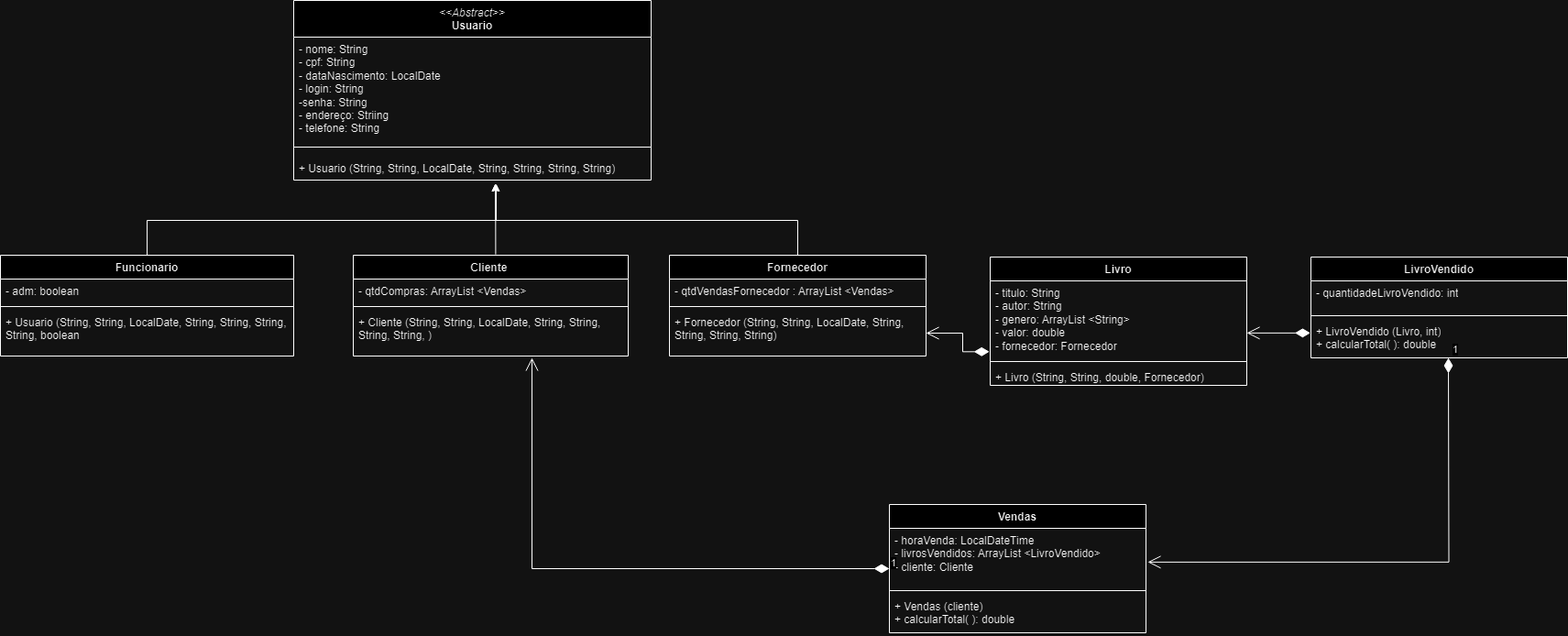
Rliveira/ReadEasy keeps this draw.io diagram as Diagramas/Diagrama de Classes.png. Above is the earlier version. Source tidied: cells renumbered, new cells last; positions are measured from the earlier drawing's top-left corner, leaving out a move shared by most shapes.
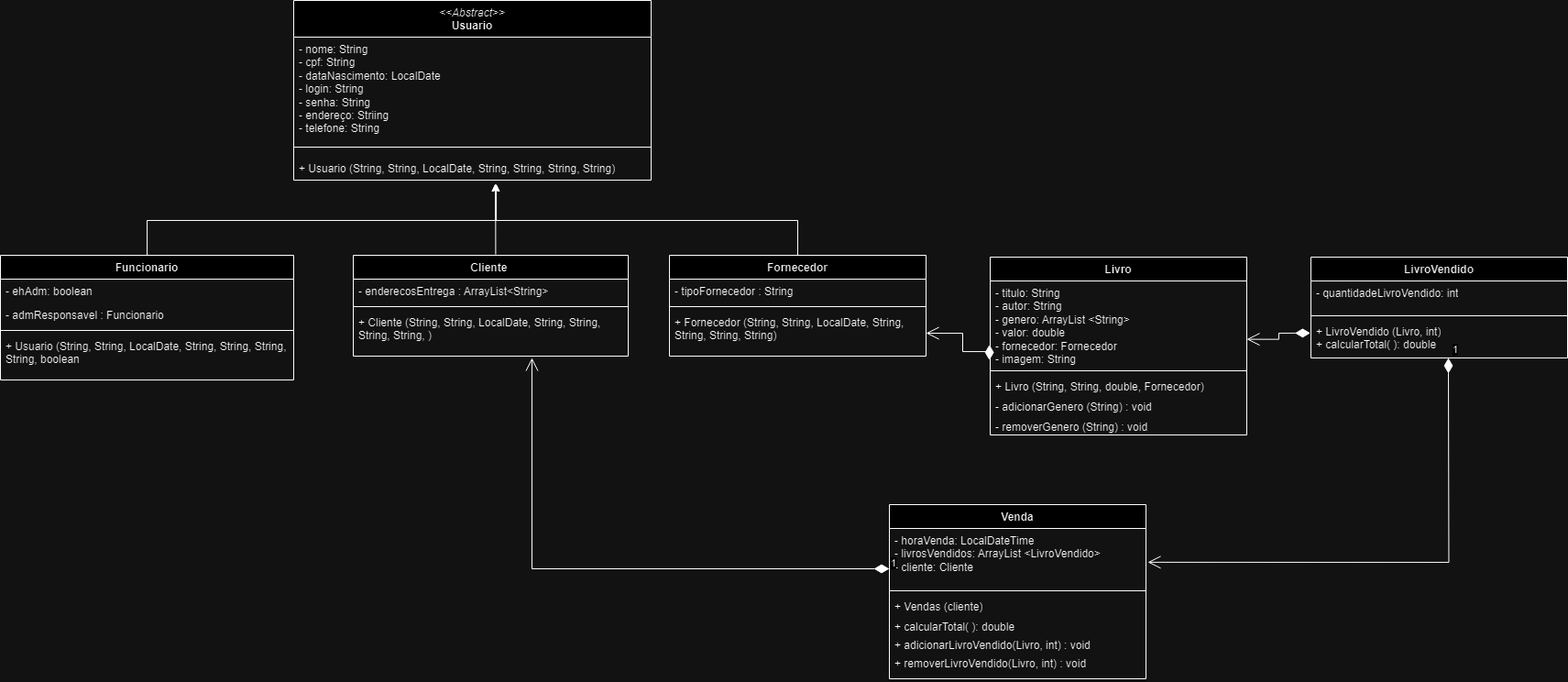
Later version of the same file.

Commit message:
Atualizando arquivo de imagem do Diagrama de Classes

Diff of the diagram source:
```diff
@@ -5,7 +5,7 @@
     <mxCell id="2" value="&lt;span style=&quot;font-weight: normal;&quot;&gt;&lt;i&gt;&amp;lt;&amp;lt;Abstract&amp;gt;&amp;gt;&lt;/i&gt;&lt;/span&gt;&lt;br&gt;Usuario" style="swimlane;fontStyle=1;align=center;verticalAlign=top;horizontal=1;startSize=40;whiteSpace=wrap;html=1;" parent="1" vertex="1">
       <mxGeometry x="320" width="390" height="196" as="geometry" />
     </mxCell>
-    <mxCell id="3" value="- nome: String&lt;br&gt;- cpf: String&amp;nbsp;&lt;br&gt;- dataNascimento: LocalDate&lt;br&gt;- login: String&lt;br&gt;-senha: String&amp;nbsp;&lt;br&gt;- endereço: Striing&amp;nbsp;&lt;br&gt;- telefone: String&amp;nbsp;" style="text;strokeColor=none;fillColor=none;align=left;verticalAlign=top;spacingLeft=4;spacingRight=4;overflow=hidden;whiteSpace=wrap;html=1;" parent="2" vertex="1">
+    <mxCell id="3" value="- nome: String&lt;br&gt;- cpf: String&amp;nbsp;&lt;br&gt;- dataNascimento: LocalDate&lt;br&gt;- login: String&lt;br&gt;- senha: String&amp;nbsp;&lt;br&gt;- endereço: Striing&amp;nbsp;&lt;br&gt;- telefone: String&amp;nbsp;" style="text;strokeColor=none;fillColor=none;align=left;verticalAlign=top;spacingLeft=4;spacingRight=4;overflow=hidden;whiteSpace=wrap;html=1;" parent="2" vertex="1">
       <mxGeometry y="40" width="390" height="110" as="geometry" />
     </mxCell>
     <mxCell id="4" style="line;strokeWidth=1;fillColor=none;align=left;verticalAlign=middle;spacingTop=-1;spacingLeft=3;spacingRight=3;labelPosition=right;strokeColor=inherit;" parent="2" vertex="1">
@@ -25,16 +25,19 @@
       </mxGeometry>
     </mxCell>
     <mxCell id="7" value="Funcionario" style="swimlane;fontStyle=1;align=center;verticalAlign=top;horizontal=1;startSize=26;whiteSpace=wrap;html=1;" parent="1" vertex="1">
-      <mxGeometry y="278" width="320" height="110" as="geometry" />
+      <mxGeometry y="278" width="320" height="136" as="geometry" />
     </mxCell>
-    <mxCell id="8" value="- adm: boolean&amp;nbsp;" style="text;strokeColor=none;fillColor=none;align=left;verticalAlign=top;spacingLeft=4;spacingRight=4;overflow=hidden;whiteSpace=wrap;html=1;" parent="7" vertex="1">
+    <mxCell id="8" value="- ehAdm: boolean&amp;nbsp;" style="text;strokeColor=none;fillColor=none;align=left;verticalAlign=top;spacingLeft=4;spacingRight=4;overflow=hidden;whiteSpace=wrap;html=1;" parent="7" vertex="1">
       <mxGeometry y="26" width="320" height="26" as="geometry" />
     </mxCell>
+    <mxCell id="37" value="- admResponsavel : Funcionario" style="text;strokeColor=none;fillColor=none;align=left;verticalAlign=top;spacingLeft=4;spacingRight=4;overflow=hidden;whiteSpace=wrap;html=1;" parent="7" vertex="1">
+      <mxGeometry y="52" width="320" height="26" as="geometry" />
+    </mxCell>
     <mxCell id="9" style="line;strokeWidth=1;fillColor=none;align=left;verticalAlign=middle;spacingTop=-1;spacingLeft=3;spacingRight=3;labelPosition=right;strokeColor=inherit;" parent="7" vertex="1">
-      <mxGeometry y="52" width="320" height="8" as="geometry" />
+      <mxGeometry y="78" width="320" height="8" as="geometry" />
     </mxCell>
     <mxCell id="10" value="+ Usuario (String, String, LocalDate, String, String, String, String, boolean" style="text;strokeColor=none;fillColor=none;align=left;verticalAlign=top;spacingLeft=4;spacingRight=4;overflow=hidden;whiteSpace=wrap;html=1;" parent="7" vertex="1">
-      <mxGeometry y="60" width="320" height="50" as="geometry" />
+      <mxGeometry y="86" width="320" height="50" as="geometry" />
     </mxCell>
     <mxCell id="11" style="edgeStyle=orthogonalEdgeStyle;rounded=0;jettySize=auto;html=1;exitX=0.518;exitY=-0.008;exitDx=0;exitDy=0;exitPerimeter=0;" parent="1" edge="1" source="12">
       <mxGeometry relative="1" as="geometry">
@@ -49,7 +52,7 @@
     <mxCell id="12" value="Cliente&amp;nbsp;" style="swimlane;fontStyle=1;align=center;verticalAlign=top;horizontal=1;startSize=26;whiteSpace=wrap;html=1;" parent="1" vertex="1">
       <mxGeometry x="385" y="278" width="300" height="110" as="geometry" />
     </mxCell>
-    <mxCell id="13" value="- qtdCompras: ArrayList &amp;lt;Vendas&amp;gt;" style="text;strokeColor=none;fillColor=none;align=left;verticalAlign=top;spacingLeft=4;spacingRight=4;overflow=hidden;whiteSpace=wrap;html=1;" parent="12" vertex="1">
+    <mxCell id="13" value="- enderecosEntrega : ArrayList&amp;lt;String&amp;gt;" style="text;strokeColor=none;fillColor=none;align=left;verticalAlign=top;spacingLeft=4;spacingRight=4;overflow=hidden;whiteSpace=wrap;html=1;" parent="12" vertex="1">
       <mxGeometry y="26" width="300" height="26" as="geometry" />
     </mxCell>
     <mxCell id="14" style="line;strokeWidth=1;fillColor=none;align=left;verticalAlign=middle;spacingTop=-1;spacingLeft=3;spacingRight=3;labelPosition=right;strokeColor=inherit;" parent="12" vertex="1">
@@ -61,7 +64,7 @@
     <mxCell id="16" value="Fornecedor" style="swimlane;fontStyle=1;align=center;verticalAlign=top;horizontal=1;startSize=26;whiteSpace=wrap;html=1;" parent="1" vertex="1">
       <mxGeometry x="730" y="278" width="280" height="110" as="geometry" />
     </mxCell>
-    <mxCell id="17" value="- qtdVendasFornecedor : ArrayList &amp;lt;Vendas&amp;gt;" style="text;strokeColor=none;fillColor=none;align=left;verticalAlign=top;spacingLeft=4;spacingRight=4;overflow=hidden;whiteSpace=wrap;html=1;" parent="16" vertex="1">
+    <mxCell id="17" value="- tipoFornecedor : String" style="text;strokeColor=none;fillColor=none;align=left;verticalAlign=top;spacingLeft=4;spacingRight=4;overflow=hidden;whiteSpace=wrap;html=1;" parent="16" vertex="1">
       <mxGeometry y="26" width="280" height="26" as="geometry" />
     </mxCell>
     <mxCell id="18" style="line;strokeWidth=1;fillColor=none;align=left;verticalAlign=middle;spacingTop=-1;spacingLeft=3;spacingRight=3;labelPosition=right;strokeColor=inherit;" parent="16" vertex="1">
@@ -71,17 +74,23 @@
       <mxGeometry y="60" width="280" height="50" as="geometry" />
     </mxCell>
     <mxCell id="20" value="Livro" style="swimlane;fontStyle=1;align=center;verticalAlign=top;horizontal=1;startSize=26;whiteSpace=wrap;html=1;" parent="1" vertex="1">
-      <mxGeometry x="1080" y="280" width="280" height="140" as="geometry" />
+      <mxGeometry x="1080" y="280" width="280" height="194" as="geometry" />
     </mxCell>
-    <mxCell id="21" value="- titulo: String&lt;br&gt;- autor: String&amp;nbsp;&lt;br&gt;- genero: ArrayList &amp;lt;String&amp;gt;&lt;br&gt;- valor: double&lt;br&gt;- fornecedor: Fornecedor" style="text;strokeColor=none;fillColor=none;align=left;verticalAlign=top;spacingLeft=4;spacingRight=4;overflow=hidden;points=[[0,0.5],[1,0.5]];portConstraint=eastwest;whiteSpace=wrap;html=1;" parent="20" vertex="1">
-      <mxGeometry y="26" width="280" height="84" as="geometry" />
+    <mxCell id="21" value="- titulo: String&lt;br&gt;- autor: String&amp;nbsp;&lt;br&gt;- genero: ArrayList &amp;lt;String&amp;gt;&lt;br&gt;- valor: double&lt;br&gt;- fornecedor: Fornecedor&lt;br&gt;- imagem: String" style="text;strokeColor=none;fillColor=none;align=left;verticalAlign=top;spacingLeft=4;spacingRight=4;overflow=hidden;points=[[0,0.5],[1,0.5]];portConstraint=eastwest;whiteSpace=wrap;html=1;" parent="20" vertex="1">
+      <mxGeometry y="26" width="280" height="94" as="geometry" />
     </mxCell>
     <mxCell id="22" style="line;strokeWidth=1;fillColor=none;align=left;verticalAlign=middle;spacingTop=-1;spacingLeft=3;spacingRight=3;labelPosition=right;strokeColor=inherit;" parent="20" vertex="1">
-      <mxGeometry y="110" width="280" height="8" as="geometry" />
+      <mxGeometry y="120" width="280" height="8" as="geometry" />
     </mxCell>
     <mxCell id="23" value="+ Livro (String, String, double, Fornecedor)&amp;nbsp;" style="text;strokeColor=none;fillColor=none;align=left;verticalAlign=top;spacingLeft=4;spacingRight=4;overflow=hidden;whiteSpace=wrap;html=1;" parent="20" vertex="1">
-      <mxGeometry y="118" width="280" height="22" as="geometry" />
+      <mxGeometry y="128" width="280" height="22" as="geometry" />
     </mxCell>
+    <mxCell id="38" value="- adicionarGenero (String) : void" style="text;strokeColor=none;fillColor=none;align=left;verticalAlign=top;spacingLeft=4;spacingRight=4;overflow=hidden;whiteSpace=wrap;html=1;" parent="20" vertex="1">
+      <mxGeometry y="150" width="280" height="22" as="geometry" />
+    </mxCell>
+    <mxCell id="39" value="- removerGenero (String) : void" style="text;strokeColor=none;fillColor=none;align=left;verticalAlign=top;spacingLeft=4;spacingRight=4;overflow=hidden;whiteSpace=wrap;html=1;" parent="20" vertex="1">
+      <mxGeometry y="172" width="280" height="22" as="geometry" />
+    </mxCell>
     <mxCell id="24" style="edgeStyle=orthogonalEdgeStyle;rounded=0;jettySize=auto;html=1;entryX=0.564;entryY=1.154;entryDx=0;entryDy=0;entryPerimeter=0;" parent="1" edge="1" source="16" target="5">
       <mxGeometry relative="1" as="geometry">
         <Array as="points">
@@ -102,8 +111,8 @@
     <mxCell id="28" value="+ LivroVendido (Livro, int)&lt;br&gt;+ calcularTotal( ): double&amp;nbsp;" style="text;strokeColor=none;fillColor=none;align=left;verticalAlign=top;spacingLeft=4;spacingRight=4;overflow=hidden;points=[[0,0.5],[1,0.5]];portConstraint=eastwest;whiteSpace=wrap;html=1;" parent="25" vertex="1">
       <mxGeometry y="68" width="280" height="42" as="geometry" />
     </mxCell>
-    <mxCell id="29" value="Vendas" style="swimlane;fontStyle=1;align=center;verticalAlign=top;horizontal=1;startSize=26;whiteSpace=wrap;html=1;" parent="1" vertex="1">
-      <mxGeometry x="970" y="550" width="280" height="140" as="geometry" />
+    <mxCell id="29" value="Venda" style="swimlane;fontStyle=1;align=center;verticalAlign=top;horizontal=1;startSize=26;whiteSpace=wrap;html=1;" parent="1" vertex="1">
+      <mxGeometry x="970" y="550" width="280" height="190" as="geometry" />
     </mxCell>
     <mxCell id="30" value="- horaVenda: LocalDateTime&lt;br&gt;- livrosVendidos: ArrayList &amp;lt;LivroVendido&amp;gt;&lt;br&gt;- cliente: Cliente" style="text;strokeColor=none;fillColor=none;align=left;verticalAlign=top;spacingLeft=4;spacingRight=4;overflow=hidden;points=[[0,0.5],[1,0.5]];portConstraint=eastwest;whiteSpace=wrap;html=1;" parent="29" vertex="1">
       <mxGeometry y="26" width="280" height="64" as="geometry" />
@@ -111,9 +120,18 @@
     <mxCell id="31" style="line;strokeWidth=1;fillColor=none;align=left;verticalAlign=middle;spacingTop=-1;spacingLeft=3;spacingRight=3;labelPosition=right;strokeColor=inherit;" parent="29" vertex="1">
       <mxGeometry y="90" width="280" height="8" as="geometry" />
     </mxCell>
-    <mxCell id="32" value="+ Vendas (cliente)&lt;br&gt;+ calcularTotal( ): double" style="text;strokeColor=none;fillColor=none;align=left;verticalAlign=top;spacingLeft=4;spacingRight=4;overflow=hidden;whiteSpace=wrap;html=1;" parent="29" vertex="1">
-      <mxGeometry y="98" width="280" height="42" as="geometry" />
+    <mxCell id="32" value="+ Vendas (cliente)" style="text;strokeColor=none;fillColor=none;align=left;verticalAlign=top;spacingLeft=4;spacingRight=4;overflow=hidden;whiteSpace=wrap;html=1;" parent="29" vertex="1">
+      <mxGeometry y="98" width="280" height="22" as="geometry" />
     </mxCell>
+    <mxCell id="40" value="+ calcularTotal( ): double" style="text;strokeColor=none;fillColor=none;align=left;verticalAlign=top;spacingLeft=4;spacingRight=4;overflow=hidden;whiteSpace=wrap;html=1;" parent="29" vertex="1">
+      <mxGeometry y="120" width="280" height="20" as="geometry" />
+    </mxCell>
+    <mxCell id="41" value="+ adicionarLivroVendido(Livro, int) : void" style="text;strokeColor=none;fillColor=none;align=left;verticalAlign=top;spacingLeft=4;spacingRight=4;overflow=hidden;whiteSpace=wrap;html=1;" parent="29" vertex="1">
+      <mxGeometry y="140" width="280" height="20" as="geometry" />
+    </mxCell>
+    <mxCell id="42" value="+ removerLivroVendido(Livro, int) : void" style="text;strokeColor=none;fillColor=none;align=left;verticalAlign=top;spacingLeft=4;spacingRight=4;overflow=hidden;whiteSpace=wrap;html=1;" parent="29" vertex="1">
+      <mxGeometry y="160" width="280" height="30" as="geometry" />
+    </mxCell>
     <mxCell id="33" style="endArrow=open;html=1;endSize=12;startArrow=diamondThin;startSize=14;startFill=1;edgeStyle=orthogonalEdgeStyle;align=left;verticalAlign=bottom;rounded=0;exitX=-0.002;exitY=0.354;exitDx=0;exitDy=0;exitPerimeter=0;entryX=1;entryY=0.677;entryDx=0;entryDy=0;entryPerimeter=0;" parent="1" edge="1" source="28" target="21">
       <mxGeometry x="-1" y="3" relative="1" as="geometry" />
     </mxCell>
```
